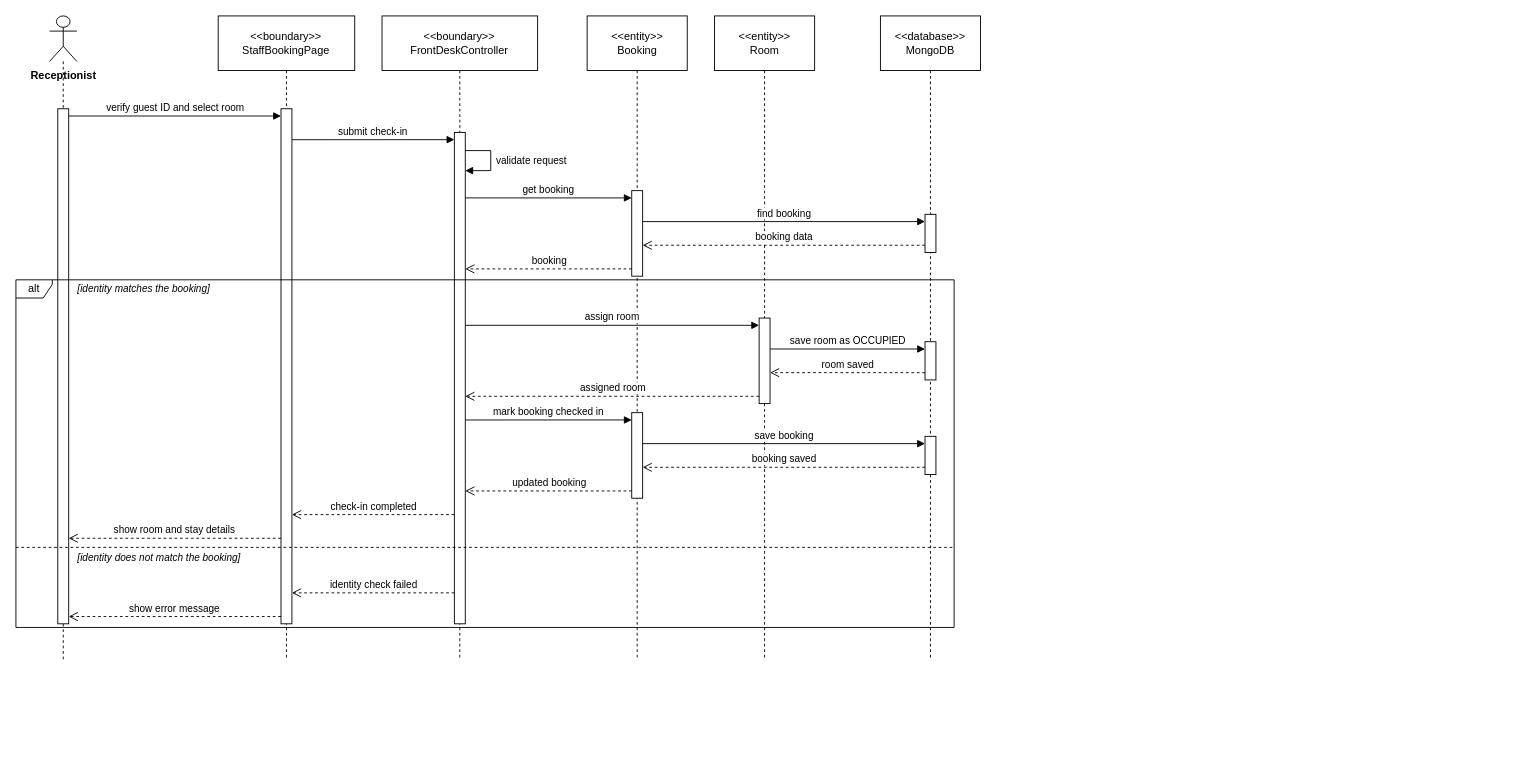
Before: final/diagrams/M5_Front-Desk-And-HR_Diagrams/sequence_diagrams/SD-17_UC-R06_CheckInGuest.drawio in toikobi401/SWD392, a draw.io diagram. Source tidied: cells renumbered, new cells numbered last; positions are measured from the earlier drawing's top-left corner, leaving out a move shared by most shapes. Both pictures are drawn from the tidied source at 91%, with x=0, y=0 at pixel (15, 15).
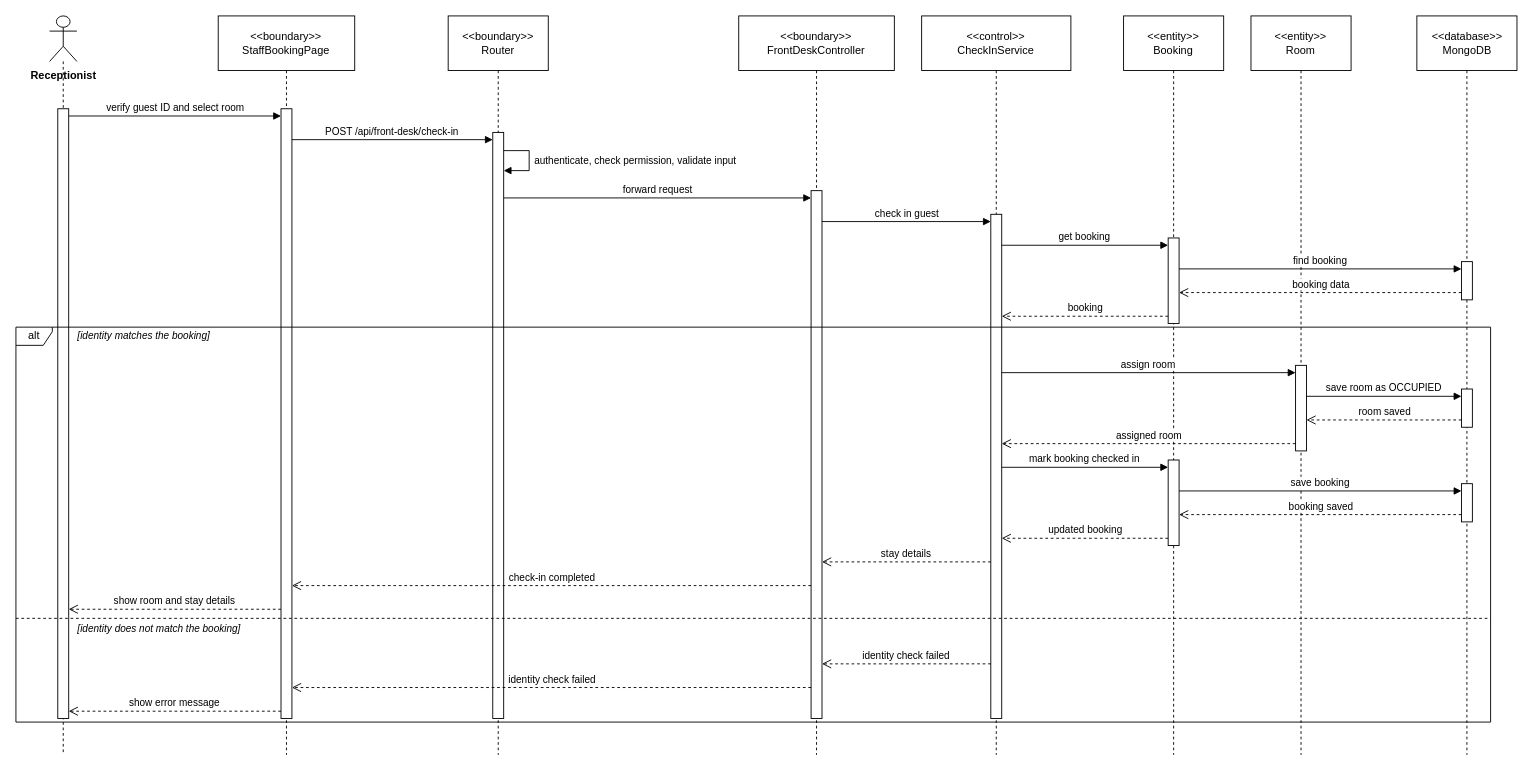
The same page after the edit.

The edit, as a diff of the source:
```diff
@@
     <mxCell id="2" value="Receptionist" style="shape=umlLifeline;participant=umlActor;perimeter=lifelinePerimeter;whiteSpace=nowrap;html=1;verticalAlign=top;spacingTop=52;size=50;fontStyle=1;" parent="1" vertex="1">
-      <mxGeometry x="37" width="30" height="708" as="geometry" />
+      <mxGeometry x="37" width="30" height="812" as="geometry" />
     </mxCell>
     <mxCell id="3" value="&amp;lt;&amp;lt;boundary&amp;gt;&amp;gt;&lt;br&gt;StaffBookingPage" style="shape=umlLifeline;perimeter=lifelinePerimeter;whiteSpace=wrap;html=1;size=60;" parent="1" vertex="1">
-      <mxGeometry x="222.3" width="150" height="708" as="geometry" />
+      <mxGeometry x="222.3" width="150" height="812" as="geometry" />
     </mxCell>
+    <mxCell id="40" value="&amp;lt;&amp;lt;boundary&amp;gt;&amp;gt;&lt;br&gt;Router" style="shape=umlLifeline;perimeter=lifelinePerimeter;whiteSpace=wrap;html=1;size=60;" parent="1" vertex="1">
+      <mxGeometry x="475" width="110" height="812" as="geometry" />
+    </mxCell>
     <mxCell id="4" value="&amp;lt;&amp;lt;boundary&amp;gt;&amp;gt;&lt;br&gt;FrontDeskController" style="shape=umlLifeline;perimeter=lifelinePerimeter;whiteSpace=wrap;html=1;size=60;" parent="1" vertex="1">
-      <mxGeometry x="402.3" width="171" height="708" as="geometry" />
+      <mxGeometry x="794.3" width="171" height="812" as="geometry" />
     </mxCell>
+    <mxCell id="41" value="&amp;lt;&amp;lt;control&amp;gt;&amp;gt;&lt;br&gt;CheckInService" style="shape=umlLifeline;perimeter=lifelinePerimeter;whiteSpace=wrap;html=1;size=60;" parent="1" vertex="1">
+      <mxGeometry x="995.3" width="164" height="812" as="geometry" />
+    </mxCell>
     <mxCell id="5" value="&amp;lt;&amp;lt;entity&amp;gt;&amp;gt;&lt;br&gt;Booking" style="shape=umlLifeline;perimeter=lifelinePerimeter;whiteSpace=wrap;html=1;size=60;" parent="1" vertex="1">
-      <mxGeometry x="627.7" width="110" height="708" as="geometry" />
+      <mxGeometry x="1217.2" width="110" height="812" as="geometry" />
     </mxCell>
     <mxCell id="6" value="&amp;lt;&amp;lt;entity&amp;gt;&amp;gt;&lt;br&gt;Room" style="shape=umlLifeline;perimeter=lifelinePerimeter;whiteSpace=wrap;html=1;size=60;" parent="1" vertex="1">
-      <mxGeometry x="767.7" width="110" height="708" as="geometry" />
+      <mxGeometry x="1357.2" width="110" height="812" as="geometry" />
     </mxCell>
     <mxCell id="7" value="&amp;lt;&amp;lt;database&amp;gt;&amp;gt;&lt;br&gt;MongoDB" style="shape=umlLifeline;perimeter=lifelinePerimeter;whiteSpace=wrap;html=1;size=60;" parent="1" vertex="1">
-      <mxGeometry x="950" width="110" height="708" as="geometry" />
+      <mxGeometry x="1539.5" width="110" height="812" as="geometry" />
     </mxCell>
     <mxCell id="8" style="html=1;points=[];perimeter=orthogonalPerimeter;outlineConnect=0;targetShapes=umlLifeline;portConstraint=eastwest;" parent="7" vertex="1">
-      <mxGeometry x="49" y="218" width="12" height="42" as="geometry" />
+      <mxGeometry x="49" y="270" width="12" height="42" as="geometry" />
     </mxCell>
     <mxCell id="9" style="html=1;points=[];perimeter=orthogonalPerimeter;outlineConnect=0;targetShapes=umlLifeline;portConstraint=eastwest;" parent="5" vertex="1">
-      <mxGeometry x="49" y="192" width="12" height="94" as="geometry" />
+      <mxGeometry x="49" y="244" width="12" height="94" as="geometry" />
     </mxCell>
     <mxCell id="10" style="html=1;points=[];perimeter=orthogonalPerimeter;outlineConnect=0;targetShapes=umlLifeline;portConstraint=eastwest;" parent="7" vertex="1">
-      <mxGeometry x="49" y="358" width="12" height="42" as="geometry" />
+      <mxGeometry x="49" y="410" width="12" height="42" as="geometry" />
     </mxCell>
     <mxCell id="11" style="html=1;points=[];perimeter=orthogonalPerimeter;outlineConnect=0;targetShapes=umlLifeline;portConstraint=eastwest;" parent="6" vertex="1">
-      <mxGeometry x="49" y="332" width="12" height="94" as="geometry" />
+      <mxGeometry x="49" y="384" width="12" height="94" as="geometry" />
     </mxCell>
     <mxCell id="12" style="html=1;points=[];perimeter=orthogonalPerimeter;outlineConnect=0;targetShapes=umlLifeline;portConstraint=eastwest;" parent="7" vertex="1">
-      <mxGeometry x="49" y="462" width="12" height="42" as="geometry" />
+      <mxGeometry x="49" y="514" width="12" height="42" as="geometry" />
     </mxCell>
     <mxCell id="13" style="html=1;points=[];perimeter=orthogonalPerimeter;outlineConnect=0;targetShapes=umlLifeline;portConstraint=eastwest;" parent="5" vertex="1">
-      <mxGeometry x="49" y="436" width="12" height="94" as="geometry" />
+      <mxGeometry x="49" y="488" width="12" height="94" as="geometry" />
     </mxCell>
-    <mxCell id="14" style="html=1;points=[];perimeter=orthogonalPerimeter;outlineConnect=0;targetShapes=umlLifeline;portConstraint=eastwest;" parent="4" vertex="1">
-      <mxGeometry x="79.5" y="128" width="12" height="540" as="geometry" />
-    </mxCell>
-    <mxCell id="15" style="html=1;points=[];perimeter=orthogonalPerimeter;outlineConnect=0;targetShapes=umlLifeline;portConstraint=eastwest;" parent="3" vertex="1">
-      <mxGeometry x="69" y="102" width="12" height="566" as="geometry" />
-    </mxCell>
-    <mxCell id="16" style="html=1;points=[];perimeter=orthogonalPerimeter;outlineConnect=0;targetShapes=umlLifeline;portConstraint=eastwest;" parent="2" vertex="1">
-      <mxGeometry x="9" y="102" width="12" height="566" as="geometry" />
-    </mxCell>
+    <mxCell id="42" style="html=1;points=[];perimeter=orthogonalPerimeter;outlineConnect=0;targetShapes=umlLifeline;portConstraint=eastwest;" parent="41" vertex="1">
+      <mxGeometry x="76" y="218" width="12" height="554" as="geometry" />
+    </mxCell>
+    <mxCell id="43" style="html=1;points=[];perimeter=orthogonalPerimeter;outlineConnect=0;targetShapes=umlLifeline;portConstraint=eastwest;" parent="4" vertex="1">
+      <mxGeometry x="79.5" y="192" width="12" height="580" as="geometry" />
+    </mxCell>
+    <mxCell id="44" style="html=1;points=[];perimeter=orthogonalPerimeter;outlineConnect=0;targetShapes=umlLifeline;portConstraint=eastwest;" parent="40" vertex="1">
+      <mxGeometry x="49" y="128" width="12" height="644" as="geometry" />
+    </mxCell>
+    <mxCell id="45" style="html=1;points=[];perimeter=orthogonalPerimeter;outlineConnect=0;targetShapes=umlLifeline;portConstraint=eastwest;" parent="3" vertex="1">
+      <mxGeometry x="69" y="102" width="12" height="670" as="geometry" />
+    </mxCell>
+    <mxCell id="46" style="html=1;points=[];perimeter=orthogonalPerimeter;outlineConnect=0;targetShapes=umlLifeline;portConstraint=eastwest;" parent="2" vertex="1">
+      <mxGeometry x="9" y="102" width="12" height="670" as="geometry" />
+    </mxCell>
     <mxCell id="17" value="alt" style="shape=umlFrame;whiteSpace=wrap;html=1;width=40;height=20;" parent="1" vertex="1">
-      <mxGeometry y="290" width="1031" height="382" as="geometry" />
+      <mxGeometry y="342" width="1620.5" height="434" as="geometry" />
     </mxCell>
     <mxCell id="18" style="endArrow=none;dashed=1;html=1;rounded=0;" parent="1" edge="1">
       <mxGeometry relative="1" as="geometry">
-        <mxPoint y="584" as="sourcePoint" />
-        <mxPoint x="1031" y="584" as="targetPoint" />
+        <mxPoint y="662" as="sourcePoint" />
+        <mxPoint x="1620.5" y="662" as="targetPoint" />
       </mxGeometry>
     </mxCell>
     <mxCell id="19" value="[identity matches the booking]" style="text;html=1;align=left;verticalAlign=middle;whiteSpace=nowrap;fontSize=11;fontStyle=2;labelBackgroundColor=#ffffff;" parent="1" vertex="1">
-      <mxGeometry x="66" y="290" width="188.4" height="20" as="geometry" />
+      <mxGeometry x="66" y="342" width="188.4" height="20" as="geometry" />
     </mxCell>
     <mxCell id="20" value="[identity does not match the booking]" style="text;html=1;align=left;verticalAlign=middle;whiteSpace=nowrap;fontSize=11;fontStyle=2;labelBackgroundColor=#ffffff;" parent="1" vertex="1">
-      <mxGeometry x="66" y="586" width="232.5" height="20" as="geometry" />
+      <mxGeometry x="66" y="664" width="232.5" height="20" as="geometry" />
     </mxCell>
-    <mxCell id="21" value="verify guest ID and select room" style="html=1;verticalAlign=bottom;rounded=0;fontSize=11;endArrow=block;endFill=1;exitX=1;exitY=0.0141;exitDx=0;exitDy=0;exitPerimeter=0;entryX=0;entryY=0.0141;entryDx=0;entryDy=0;entryPerimeter=0;" parent="1" edge="1" source="16" target="15">
+    <mxCell id="21" value="verify guest ID and select room" style="html=1;verticalAlign=bottom;rounded=0;fontSize=11;endArrow=block;endFill=1;exitX=1;exitY=0.0119;exitDx=0;exitDy=0;exitPerimeter=0;entryX=0;entryY=0.0119;entryDx=0;entryDy=0;entryPerimeter=0;" parent="1" edge="1" source="46" target="45">
       <mxGeometry relative="1" as="geometry" />
     </mxCell>
-    <mxCell id="22" value="submit check-in" style="html=1;verticalAlign=bottom;rounded=0;fontSize=11;endArrow=block;endFill=1;exitX=1;exitY=0.0601;exitDx=0;exitDy=0;exitPerimeter=0;entryX=0;entryY=0.0148;entryDx=0;entryDy=0;entryPerimeter=0;" parent="1" edge="1" source="15" target="14">
+    <mxCell id="22" value="POST /api/front-desk/check-in" style="html=1;verticalAlign=bottom;rounded=0;fontSize=11;endArrow=block;endFill=1;exitX=1;exitY=0.0507;exitDx=0;exitDy=0;exitPerimeter=0;entryX=0;entryY=0.0124;entryDx=0;entryDy=0;entryPerimeter=0;" parent="1" edge="1" source="45" target="44">
       <mxGeometry relative="1" as="geometry" />
     </mxCell>
-    <mxCell id="23" value="validate request" style="html=1;align=left;spacingLeft=4;verticalAlign=middle;endArrow=block;endFill=1;rounded=0;fontSize=11;exitX=1;exitY=0.037;exitDx=0;exitDy=0;exitPerimeter=0;entryX=1;entryY=0.0778;entryDx=0;entryDy=0;entryPerimeter=0;" parent="1" edge="1" source="14" target="14">
+    <mxCell id="23" value="authenticate, check permission, validate input" style="html=1;align=left;spacingLeft=4;verticalAlign=middle;endArrow=block;endFill=1;rounded=0;fontSize=11;exitX=1;exitY=0.0311;exitDx=0;exitDy=0;exitPerimeter=0;entryX=1;entryY=0.0652;entryDx=0;entryDy=0;entryPerimeter=0;" parent="1" edge="1" source="44" target="44">
       <mxGeometry relative="1" as="geometry">
         <Array as="points">
-          <mxPoint x="521.8" y="148" />
-          <mxPoint x="521.8" y="170" />
+          <mxPoint x="564" y="148" />
+          <mxPoint x="564" y="170" />
         </Array>
       </mxGeometry>
     </mxCell>
-    <mxCell id="24" value="get booking" style="html=1;verticalAlign=bottom;rounded=0;fontSize=11;endArrow=block;endFill=1;exitX=1;exitY=0.1333;exitDx=0;exitDy=0;exitPerimeter=0;entryX=0;entryY=0.0851;entryDx=0;entryDy=0;entryPerimeter=0;" parent="1" edge="1" source="14" target="9">
+    <mxCell id="24" value="forward request" style="html=1;verticalAlign=bottom;rounded=0;fontSize=11;endArrow=block;endFill=1;exitX=1;exitY=0.1118;exitDx=0;exitDy=0;exitPerimeter=0;entryX=0;entryY=0.0138;entryDx=0;entryDy=0;entryPerimeter=0;" parent="1" edge="1" source="44" target="43">
       <mxGeometry relative="1" as="geometry" />
     </mxCell>
-    <mxCell id="25" value="find booking" style="html=1;verticalAlign=bottom;rounded=0;fontSize=11;endArrow=block;endFill=1;exitX=1;exitY=0.3617;exitDx=0;exitDy=0;exitPerimeter=0;entryX=0;entryY=0.1905;entryDx=0;entryDy=0;entryPerimeter=0;" parent="1" edge="1" source="9" target="8">
+    <mxCell id="25" value="check in guest" style="html=1;verticalAlign=bottom;rounded=0;fontSize=11;endArrow=block;endFill=1;exitX=1;exitY=0.0586;exitDx=0;exitDy=0;exitPerimeter=0;entryX=0;entryY=0.0144;entryDx=0;entryDy=0;entryPerimeter=0;" parent="1" edge="1" source="43" target="42">
       <mxGeometry relative="1" as="geometry" />
     </mxCell>
-    <mxCell id="26" value="booking data" style="html=1;verticalAlign=bottom;rounded=0;fontSize=11;dashed=1;endArrow=open;endSize=8;exitX=0;exitY=0.8095;exitDx=0;exitDy=0;exitPerimeter=0;entryX=1;entryY=0.6383;entryDx=0;entryDy=0;entryPerimeter=0;" parent="1" edge="1" source="8" target="9">
+    <mxCell id="26" value="get booking" style="html=1;verticalAlign=bottom;rounded=0;fontSize=11;endArrow=block;endFill=1;exitX=1;exitY=0.0614;exitDx=0;exitDy=0;exitPerimeter=0;entryX=0;entryY=0.0851;entryDx=0;entryDy=0;entryPerimeter=0;" parent="1" edge="1" source="42" target="9">
       <mxGeometry relative="1" as="geometry" />
     </mxCell>
-    <mxCell id="27" value="booking" style="html=1;verticalAlign=bottom;rounded=0;fontSize=11;dashed=1;endArrow=open;endSize=8;exitX=0;exitY=0.9149;exitDx=0;exitDy=0;exitPerimeter=0;entryX=1;entryY=0.2778;entryDx=0;entryDy=0;entryPerimeter=0;" parent="1" edge="1" source="9" target="14">
+    <mxCell id="27" value="find booking" style="html=1;verticalAlign=bottom;rounded=0;fontSize=11;endArrow=block;endFill=1;exitX=1;exitY=0.3617;exitDx=0;exitDy=0;exitPerimeter=0;entryX=0;entryY=0.1905;entryDx=0;entryDy=0;entryPerimeter=0;" parent="1" edge="1" source="9" target="8">
       <mxGeometry relative="1" as="geometry" />
     </mxCell>
-    <mxCell id="28" value="assign room" style="html=1;verticalAlign=bottom;rounded=0;fontSize=11;endArrow=block;endFill=1;exitX=1;exitY=0.3926;exitDx=0;exitDy=0;exitPerimeter=0;entryX=0;entryY=0.0851;entryDx=0;entryDy=0;entryPerimeter=0;" parent="1" edge="1" source="14" target="11">
+    <mxCell id="28" value="booking data" style="html=1;verticalAlign=bottom;rounded=0;fontSize=11;dashed=1;endArrow=open;endSize=8;exitX=0;exitY=0.8095;exitDx=0;exitDy=0;exitPerimeter=0;entryX=1;entryY=0.6383;entryDx=0;entryDy=0;entryPerimeter=0;" parent="1" edge="1" source="8" target="9">
       <mxGeometry relative="1" as="geometry" />
     </mxCell>
-    <mxCell id="29" value="save room as OCCUPIED" style="html=1;verticalAlign=bottom;rounded=0;fontSize=11;endArrow=block;endFill=1;exitX=1;exitY=0.3617;exitDx=0;exitDy=0;exitPerimeter=0;entryX=0;entryY=0.1905;entryDx=0;entryDy=0;entryPerimeter=0;" parent="1" edge="1" source="11" target="10">
+    <mxCell id="29" value="booking" style="html=1;verticalAlign=bottom;rounded=0;fontSize=11;dashed=1;endArrow=open;endSize=8;exitX=0;exitY=0.9149;exitDx=0;exitDy=0;exitPerimeter=0;entryX=1;entryY=0.2022;entryDx=0;entryDy=0;entryPerimeter=0;" parent="1" edge="1" source="9" target="42">
       <mxGeometry relative="1" as="geometry" />
     </mxCell>
-    <mxCell id="30" value="room saved" style="html=1;verticalAlign=bottom;rounded=0;fontSize=11;dashed=1;endArrow=open;endSize=8;exitX=0;exitY=0.8095;exitDx=0;exitDy=0;exitPerimeter=0;entryX=1;entryY=0.6383;entryDx=0;entryDy=0;entryPerimeter=0;" parent="1" edge="1" source="10" target="11">
+    <mxCell id="30" value="assign room" style="html=1;verticalAlign=bottom;rounded=0;fontSize=11;endArrow=block;endFill=1;exitX=1;exitY=0.3141;exitDx=0;exitDy=0;exitPerimeter=0;entryX=0;entryY=0.0851;entryDx=0;entryDy=0;entryPerimeter=0;" parent="1" edge="1" source="42" target="11">
       <mxGeometry relative="1" as="geometry" />
     </mxCell>
-    <mxCell id="31" value="assigned room" style="html=1;verticalAlign=bottom;rounded=0;fontSize=11;dashed=1;endArrow=open;endSize=8;exitX=0;exitY=0.9149;exitDx=0;exitDy=0;exitPerimeter=0;entryX=1;entryY=0.537;entryDx=0;entryDy=0;entryPerimeter=0;" parent="1" edge="1" source="11" target="14">
+    <mxCell id="31" value="save room as OCCUPIED" style="html=1;verticalAlign=bottom;rounded=0;fontSize=11;endArrow=block;endFill=1;exitX=1;exitY=0.3617;exitDx=0;exitDy=0;exitPerimeter=0;entryX=0;entryY=0.1905;entryDx=0;entryDy=0;entryPerimeter=0;" parent="1" edge="1" source="11" target="10">
       <mxGeometry relative="1" as="geometry" />
     </mxCell>
-    <mxCell id="32" value="mark booking checked in" style="html=1;verticalAlign=bottom;rounded=0;fontSize=11;endArrow=block;endFill=1;exitX=1;exitY=0.5852;exitDx=0;exitDy=0;exitPerimeter=0;entryX=0;entryY=0.0851;entryDx=0;entryDy=0;entryPerimeter=0;" parent="1" edge="1" source="14" target="13">
+    <mxCell id="32" value="room saved" style="html=1;verticalAlign=bottom;rounded=0;fontSize=11;dashed=1;endArrow=open;endSize=8;exitX=0;exitY=0.8095;exitDx=0;exitDy=0;exitPerimeter=0;entryX=1;entryY=0.6383;entryDx=0;entryDy=0;entryPerimeter=0;" parent="1" edge="1" source="10" target="11">
       <mxGeometry relative="1" as="geometry" />
     </mxCell>
-    <mxCell id="33" value="save booking" style="html=1;verticalAlign=bottom;rounded=0;fontSize=11;endArrow=block;endFill=1;exitX=1;exitY=0.3617;exitDx=0;exitDy=0;exitPerimeter=0;entryX=0;entryY=0.1905;entryDx=0;entryDy=0;entryPerimeter=0;" parent="1" edge="1" source="13" target="12">
+    <mxCell id="33" value="assigned room" style="html=1;verticalAlign=bottom;rounded=0;fontSize=11;dashed=1;endArrow=open;endSize=8;exitX=0;exitY=0.9149;exitDx=0;exitDy=0;exitPerimeter=0;entryX=1;entryY=0.4549;entryDx=0;entryDy=0;entryPerimeter=0;" parent="1" edge="1" source="11" target="42">
       <mxGeometry relative="1" as="geometry" />
     </mxCell>
-    <mxCell id="34" value="booking saved" style="html=1;verticalAlign=bottom;rounded=0;fontSize=11;dashed=1;endArrow=open;endSize=8;exitX=0;exitY=0.8095;exitDx=0;exitDy=0;exitPerimeter=0;entryX=1;entryY=0.6383;entryDx=0;entryDy=0;entryPerimeter=0;" parent="1" edge="1" source="12" target="13">
+    <mxCell id="34" value="mark booking checked in" style="html=1;verticalAlign=bottom;rounded=0;fontSize=11;endArrow=block;endFill=1;exitX=1;exitY=0.5018;exitDx=0;exitDy=0;exitPerimeter=0;entryX=0;entryY=0.0851;entryDx=0;entryDy=0;entryPerimeter=0;" parent="1" edge="1" source="42" target="13">
       <mxGeometry relative="1" as="geometry" />
     </mxCell>
-    <mxCell id="35" value="updated booking" style="html=1;verticalAlign=bottom;rounded=0;fontSize=11;dashed=1;endArrow=open;endSize=8;exitX=0;exitY=0.9149;exitDx=0;exitDy=0;exitPerimeter=0;entryX=1;entryY=0.7296;entryDx=0;entryDy=0;entryPerimeter=0;" parent="1" edge="1" source="13" target="14">
+    <mxCell id="35" value="save booking" style="html=1;verticalAlign=bottom;rounded=0;fontSize=11;endArrow=block;endFill=1;exitX=1;exitY=0.3617;exitDx=0;exitDy=0;exitPerimeter=0;entryX=0;entryY=0.1905;entryDx=0;entryDy=0;entryPerimeter=0;" parent="1" edge="1" source="13" target="12">
       <mxGeometry relative="1" as="geometry" />
     </mxCell>
-    <mxCell id="36" value="check-in completed" style="html=1;verticalAlign=bottom;rounded=0;fontSize=11;dashed=1;endArrow=open;endSize=8;exitX=0;exitY=0.7778;exitDx=0;exitDy=0;exitPerimeter=0;entryX=1;entryY=0.788;entryDx=0;entryDy=0;entryPerimeter=0;" parent="1" edge="1" source="14" target="15">
+    <mxCell id="36" value="booking saved" style="html=1;verticalAlign=bottom;rounded=0;fontSize=11;dashed=1;endArrow=open;endSize=8;exitX=0;exitY=0.8095;exitDx=0;exitDy=0;exitPerimeter=0;entryX=1;entryY=0.6383;entryDx=0;entryDy=0;entryPerimeter=0;" parent="1" edge="1" source="12" target="13">
       <mxGeometry relative="1" as="geometry" />
     </mxCell>
-    <mxCell id="37" value="show room and stay details" style="html=1;verticalAlign=bottom;rounded=0;fontSize=11;dashed=1;endArrow=open;endSize=8;exitX=0;exitY=0.8339;exitDx=0;exitDy=0;exitPerimeter=0;entryX=1;entryY=0.8339;entryDx=0;entryDy=0;entryPerimeter=0;" parent="1" edge="1" source="15" target="16">
+    <mxCell id="37" value="updated booking" style="html=1;verticalAlign=bottom;rounded=0;fontSize=11;dashed=1;endArrow=open;endSize=8;exitX=0;exitY=0.9149;exitDx=0;exitDy=0;exitPerimeter=0;entryX=1;entryY=0.6426;entryDx=0;entryDy=0;entryPerimeter=0;" parent="1" edge="1" source="13" target="42">
       <mxGeometry relative="1" as="geometry" />
     </mxCell>
-    <mxCell id="38" value="identity check failed" style="html=1;verticalAlign=bottom;rounded=0;fontSize=11;dashed=1;endArrow=open;endSize=8;exitX=0;exitY=0.937;exitDx=0;exitDy=0;exitPerimeter=0;entryX=1;entryY=0.9399;entryDx=0;entryDy=0;entryPerimeter=0;" parent="1" edge="1" source="14" target="15">
+    <mxCell id="38" value="stay details" style="html=1;verticalAlign=bottom;rounded=0;fontSize=11;dashed=1;endArrow=open;endSize=8;exitX=0;exitY=0.6895;exitDx=0;exitDy=0;exitPerimeter=0;entryX=1;entryY=0.7034;entryDx=0;entryDy=0;entryPerimeter=0;" parent="1" edge="1" source="42" target="43">
       <mxGeometry relative="1" as="geometry" />
     </mxCell>
-    <mxCell id="39" value="show error message" style="html=1;verticalAlign=bottom;rounded=0;fontSize=11;dashed=1;endArrow=open;endSize=8;exitX=0;exitY=0.9859;exitDx=0;exitDy=0;exitPerimeter=0;entryX=1;entryY=0.9859;entryDx=0;entryDy=0;entryPerimeter=0;" parent="1" edge="1" source="15" target="16">
+    <mxCell id="39" value="check-in completed" style="html=1;verticalAlign=bottom;rounded=0;fontSize=11;dashed=1;endArrow=open;endSize=8;exitX=0;exitY=0.7483;exitDx=0;exitDy=0;exitPerimeter=0;entryX=1;entryY=0.7821;entryDx=0;entryDy=0;entryPerimeter=0;" parent="1" edge="1" source="43" target="45">
       <mxGeometry relative="1" as="geometry" />
     </mxCell>
+    <mxCell id="47" value="show room and stay details" style="html=1;verticalAlign=bottom;rounded=0;fontSize=11;dashed=1;endArrow=open;endSize=8;exitX=0;exitY=0.8209;exitDx=0;exitDy=0;exitPerimeter=0;entryX=1;entryY=0.8209;entryDx=0;entryDy=0;entryPerimeter=0;" parent="1" edge="1" source="45" target="46">
+      <mxGeometry relative="1" as="geometry" />
+    </mxCell>
+    <mxCell id="48" value="identity check failed" style="html=1;verticalAlign=bottom;rounded=0;fontSize=11;dashed=1;endArrow=open;endSize=8;exitX=0;exitY=0.8917;exitDx=0;exitDy=0;exitPerimeter=0;entryX=1;entryY=0.8966;entryDx=0;entryDy=0;entryPerimeter=0;" parent="1" edge="1" source="42" target="43">
+      <mxGeometry relative="1" as="geometry" />
+    </mxCell>
+    <mxCell id="49" value="identity check failed" style="html=1;verticalAlign=bottom;rounded=0;fontSize=11;dashed=1;endArrow=open;endSize=8;exitX=0;exitY=0.9414;exitDx=0;exitDy=0;exitPerimeter=0;entryX=1;entryY=0.9493;entryDx=0;entryDy=0;entryPerimeter=0;" parent="1" edge="1" source="43" target="45">
+      <mxGeometry relative="1" as="geometry" />
+    </mxCell>
+    <mxCell id="50" value="show error message" style="html=1;verticalAlign=bottom;rounded=0;fontSize=11;dashed=1;endArrow=open;endSize=8;exitX=0;exitY=0.9881;exitDx=0;exitDy=0;exitPerimeter=0;entryX=1;entryY=0.9881;entryDx=0;entryDy=0;entryPerimeter=0;" parent="1" edge="1" source="45" target="46">
+      <mxGeometry relative="1" as="geometry" />
+    </mxCell>
```
